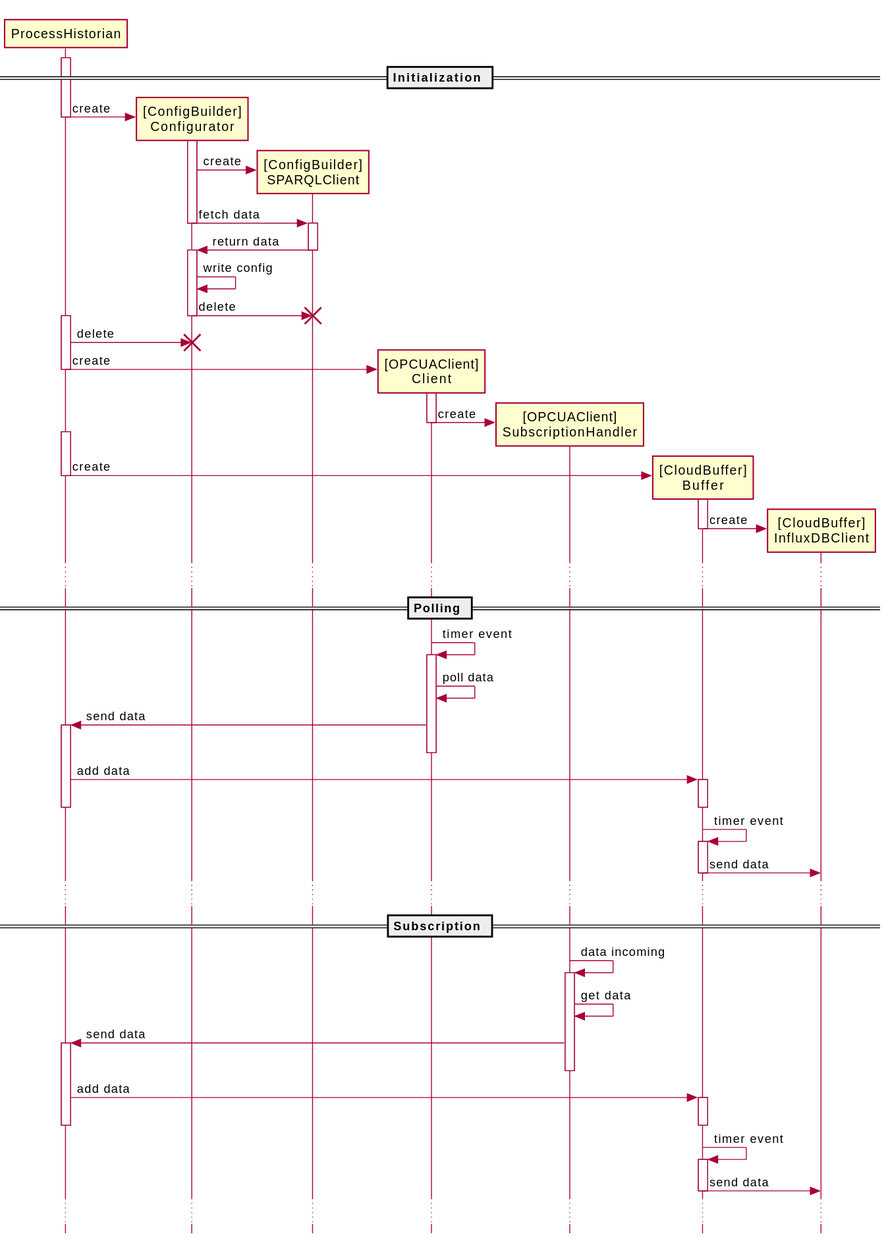
The PlantUML diagram documentation/architecture/sequence_diagram.svg in Praktikum-PvAS/process-historian, before a commit. Source of this version:
```plantuml
@startuml
skinparam style strictuml
participant ProcessHistorian
== Initialization ==
activate ProcessHistorian
ProcessHistorian -> "[ConfigBuilder]\nConfigurator" as ConfigBuilder.Configurator ** : create
deactivate ProcessHistorian
activate ConfigBuilder.Configurator
ConfigBuilder.Configurator -> "[ConfigBuilder]\nSPARQLClient" as ConfigBuilder.SPARQLClient ** : create
ConfigBuilder.Configurator -> ConfigBuilder.SPARQLClient : fetch data
deactivate ConfigBuilder.Configurator
activate ConfigBuilder.SPARQLClient
ConfigBuilder.SPARQLClient -> ConfigBuilder.Configurator : return data
deactivate ConfigBuilder.SPARQLClient
activate ConfigBuilder.Configurator
ConfigBuilder.Configurator -> ConfigBuilder.Configurator : write config
ConfigBuilder.Configurator -> ConfigBuilder.SPARQLClient !! : delete
deactivate ConfigBuilder.Configurator
activate ProcessHistorian
ProcessHistorian -> ConfigBuilder.Configurator !! : delete

ProcessHistorian -> "[OPCUAClient]\nClient" as OPCUAClient.Client ** : create
activate OPCUAClient.Client
deactivate ProcessHistorian
OPCUAClient.Client -> "[OPCUAClient]\nSubscriptionHandler" as OPCUAClient.SubscriptionHandler ** : create
deactivate OPCUAClient.Client

activate ProcessHistorian
ProcessHistorian -> "[CloudBuffer]\nBuffer" as CloudBuffer.Buffer ** : create
activate CloudBuffer.Buffer
deactivate ProcessHistorian
CloudBuffer.Buffer -> "[CloudBuffer]\nInfluxDBClient" as CloudBuffer.InfluxDBClient ** : create
deactivate CloudBuffer.Buffer
...

== Polling ==

OPCUAClient.Client -> OPCUAClient.Client : timer event
activate OPCUAClient.Client
OPCUAClient.Client -> OPCUAClient.Client : poll data
OPCUAClient.Client -> ProcessHistorian : send data
activate ProcessHistorian
deactivate OPCUAClient.Client
ProcessHistorian -> CloudBuffer.Buffer : add data
activate CloudBuffer.Buffer
deactivate CloudBuffer.Buffer
deactivate ProcessHistorian
CloudBuffer.Buffer -> CloudBuffer.Buffer : timer event
activate CloudBuffer.Buffer
CloudBuffer.Buffer -> CloudBuffer.InfluxDBClient : send data
deactivate CloudBuffer.Buffer
...

== Subscription ==

OPCUAClient.SubscriptionHandler -> OPCUAClient.SubscriptionHandler : data incoming
activate OPCUAClient.SubscriptionHandler
OPCUAClient.SubscriptionHandler -> OPCUAClient.SubscriptionHandler : get data
OPCUAClient.SubscriptionHandler -> ProcessHistorian : send data
activate ProcessHistorian
deactivate OPCUAClient.SubscriptionHandler
ProcessHistorian -> CloudBuffer.Buffer : add data
activate CloudBuffer.Buffer
deactivate CloudBuffer.Buffer
deactivate ProcessHistorian
CloudBuffer.Buffer -> CloudBuffer.Buffer : timer event
activate CloudBuffer.Buffer
CloudBuffer.Buffer -> CloudBuffer.InfluxDBClient : send data
deactivate CloudBuffer.Buffer
...
@enduml
```
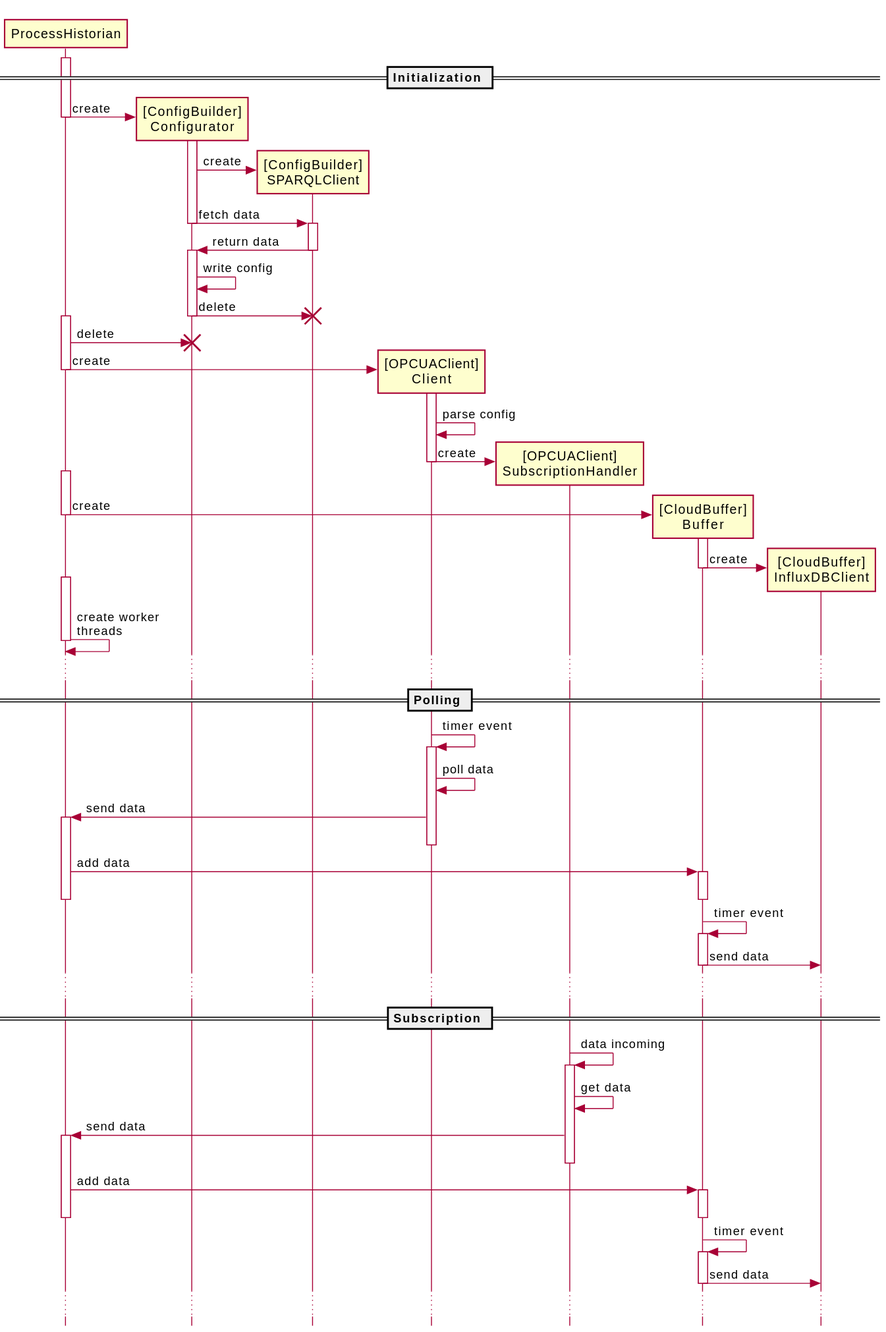
After the change.

Change to the diagram source:
```diff
@@ -22,6 +22,7 @@
 ProcessHistorian -> "[OPCUAClient]\nClient" as OPCUAClient.Client ** : create
 activate OPCUAClient.Client
 deactivate ProcessHistorian
+OPCUAClient.Client -> OPCUAClient.Client : parse config
 OPCUAClient.Client -> "[OPCUAClient]\nSubscriptionHandler" as OPCUAClient.SubscriptionHandler ** : create
 deactivate OPCUAClient.Client
 
@@ -31,6 +32,9 @@
 deactivate ProcessHistorian
 CloudBuffer.Buffer -> "[CloudBuffer]\nInfluxDBClient" as CloudBuffer.InfluxDBClient ** : create
 deactivate CloudBuffer.Buffer
+activate ProcessHistorian
+ProcessHistorian -> ProcessHistorian : create worker\nthreads
+deactivate ProcessHistorian
 ...
 
 == Polling ==
```
